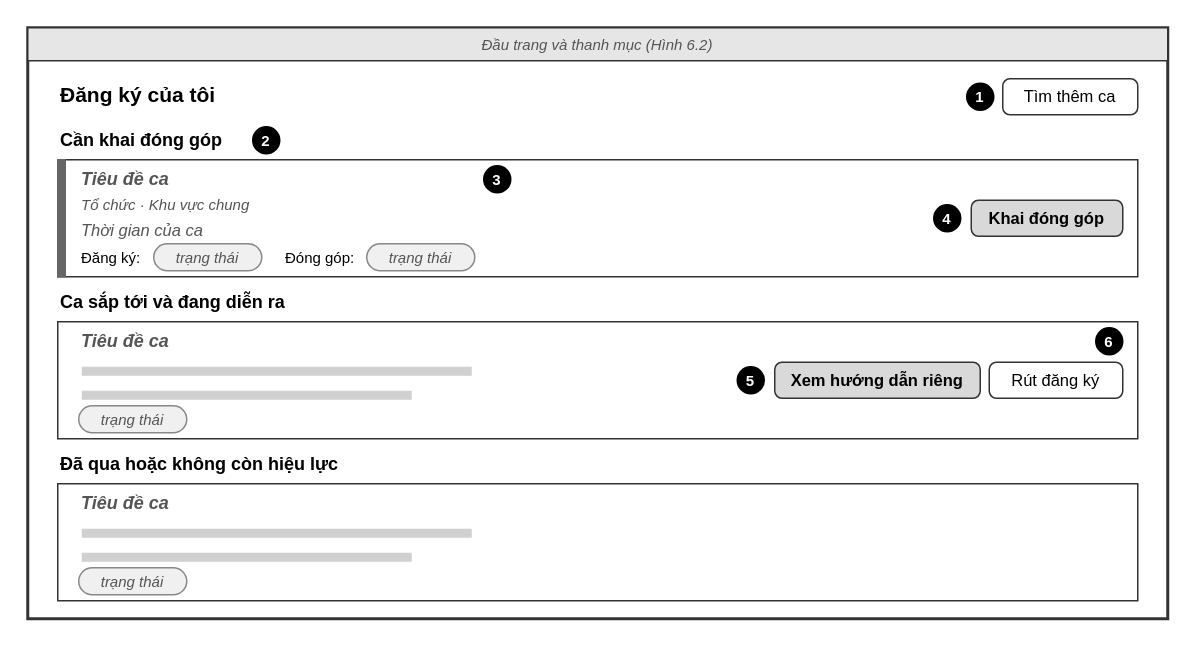
Earlier version of the draw.io diagram docs/giao_dien/drawio/M05_Dang_ky_cua_toi.drawio (kanishere55/OOSD_NenTangDieuPhoi_TNV). Source tidied: cells renumbered, new cells numbered last; positions are measured from the earlier drawing's top-left corner, leaving out a move shared by most shapes. Both pictures are drawn from the tidied source at 150%, with x=0, y=0 at pixel (27, 27).
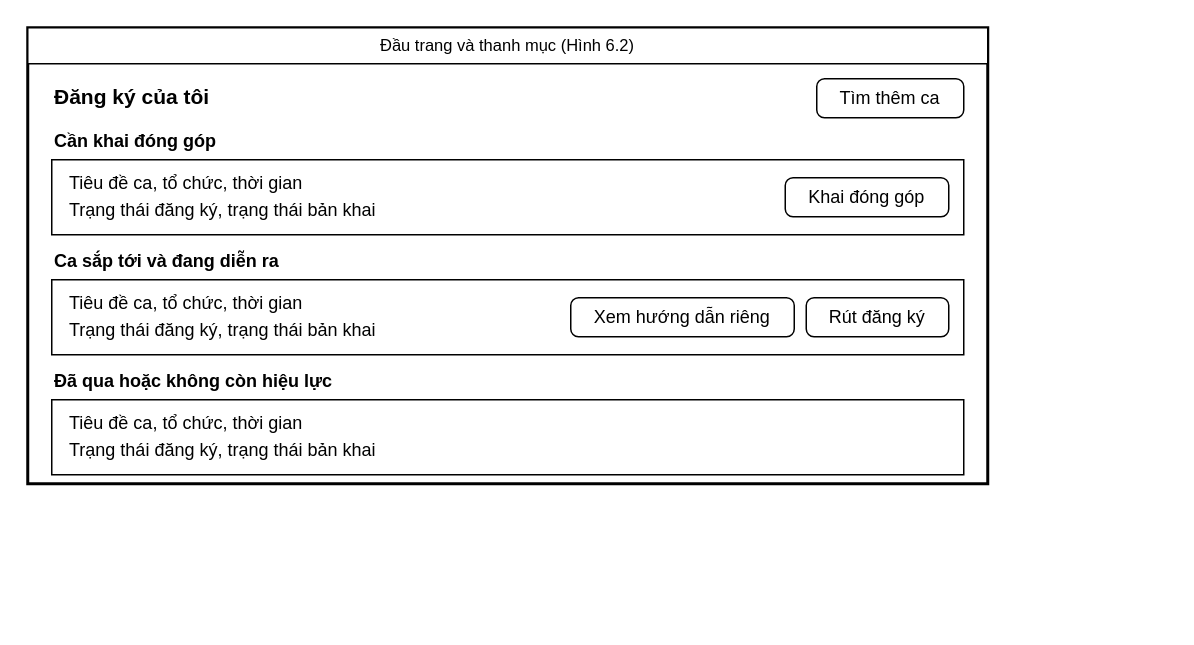
After the change.

The edit, as a diff of the source:
```diff
@@
-    <mxCell id="2" style="rounded=0;whiteSpace=wrap;html=1;fillColor=#ffffff;strokeColor=#333333;strokeWidth=2;" parent="1" vertex="1">
-      <mxGeometry width="760" height="394" as="geometry" />
+    <mxCell id="2" style="rounded=0;whiteSpace=wrap;html=1;fillColor=#ffffff;strokeColor=#000000;strokeWidth=2;" parent="1" vertex="1">
+      <mxGeometry width="640" height="304" as="geometry" />
     </mxCell>
-    <mxCell id="3" value="Đầu trang và thanh mục (Hình 6.2)" style="rounded=0;whiteSpace=wrap;html=1;fillColor=#e6e6e6;strokeColor=#333333;fontSize=10;fontStyle=2;fontColor=#555555;" parent="1" vertex="1">
-      <mxGeometry width="760" height="22" as="geometry" />
+    <mxCell id="3" value="Đầu trang và thanh mục (Hình 6.2)" style="rounded=0;whiteSpace=wrap;html=1;fillColor=#ffffff;strokeColor=#000000;fontColor=#000000;fontSize=11;align=center;" parent="1" vertex="1">
+      <mxGeometry width="640" height="24" as="geometry" />
     </mxCell>
-    <mxCell id="4" value="Đăng ký của tôi" style="text;html=1;strokeColor=none;fillColor=none;align=left;verticalAlign=middle;whiteSpace=wrap;rounded=0;fontSize=14;fontStyle=1;fontColor=#000000;" parent="1" vertex="1">
-      <mxGeometry x="20" y="34" width="400" height="22" as="geometry" />
+    <mxCell id="4" value="Đăng ký của tôi" style="text;html=1;strokeColor=none;fillColor=none;whiteSpace=wrap;verticalAlign=middle;fontColor=#000000;align=left;fontSize=14;fontStyle=1;" parent="1" vertex="1">
+      <mxGeometry x="16" y="34" width="300" height="24" as="geometry" />
     </mxCell>
-    <mxCell id="5" value="Tìm thêm ca" style="rounded=1;arcSize=20;whiteSpace=wrap;html=1;fontSize=11;strokeColor=#333333;fillColor=#ffffff;" parent="1" vertex="1">
-      <mxGeometry x="650" y="34" width="90" height="24" as="geometry" />
+    <mxCell id="5" value="Tìm thêm ca" style="rounded=1;arcSize=20;whiteSpace=wrap;html=1;fillColor=#ffffff;strokeColor=#000000;fontColor=#000000;fontSize=12;" parent="1" vertex="1">
+      <mxGeometry x="526" y="34" width="98" height="26" as="geometry" />
     </mxCell>
-    <mxCell id="6" value="1" style="ellipse;whiteSpace=wrap;html=1;fillColor=#000000;strokeColor=#000000;fontColor=#ffffff;fontSize=10;fontStyle=1;" parent="1" vertex="1">
-      <mxGeometry x="626" y="37" width="18" height="18" as="geometry" />
+    <mxCell id="6" value="Cần khai đóng góp" style="text;html=1;strokeColor=none;fillColor=none;whiteSpace=wrap;verticalAlign=middle;fontColor=#000000;align=left;fontSize=12;fontStyle=1;" parent="1" vertex="1">
+      <mxGeometry x="16" y="66" width="400" height="20" as="geometry" />
     </mxCell>
-    <mxCell id="7" value="Cần khai đóng góp" style="text;html=1;strokeColor=none;fillColor=none;align=left;verticalAlign=middle;whiteSpace=wrap;rounded=0;fontSize=12;fontStyle=1;fontColor=#000000;" parent="1" vertex="1">
-      <mxGeometry x="20" y="66" width="500" height="18" as="geometry" />
+    <mxCell id="7" style="rounded=0;whiteSpace=wrap;html=1;fillColor=#ffffff;strokeColor=#000000;fontColor=#000000;fontSize=12;align=center;" parent="1" vertex="1">
+      <mxGeometry x="16" y="88" width="608" height="50" as="geometry" />
     </mxCell>
-    <mxCell id="8" value="2" style="ellipse;whiteSpace=wrap;html=1;fillColor=#000000;strokeColor=#000000;fontColor=#ffffff;fontSize=10;fontStyle=1;" parent="1" vertex="1">
-      <mxGeometry x="150" y="66" width="18" height="18" as="geometry" />
+    <mxCell id="8" value="Tiêu đề ca, tổ chức, thời gian" style="text;html=1;strokeColor=none;fillColor=none;whiteSpace=wrap;verticalAlign=middle;fontColor=#000000;align=left;fontSize=12;fontStyle=0;" parent="1" vertex="1">
+      <mxGeometry x="26" y="95" width="588" height="18" as="geometry" />
     </mxCell>
-    <mxCell id="9" style="rounded=0;arcSize=8;whiteSpace=wrap;html=1;fillColor=#ffffff;strokeColor=#333333;" parent="1" vertex="1">
-      <mxGeometry x="20" y="88" width="720" height="78" as="geometry" />
+    <mxCell id="9" value="Trạng thái đăng ký, trạng thái bản khai" style="text;html=1;strokeColor=none;fillColor=none;whiteSpace=wrap;verticalAlign=middle;fontColor=#000000;align=left;fontSize=12;fontStyle=0;" parent="1" vertex="1">
+      <mxGeometry x="26" y="113" width="588" height="18" as="geometry" />
     </mxCell>
-    <mxCell id="10" style="rounded=0;arcSize=8;whiteSpace=wrap;html=1;fillColor=#666666;strokeColor=#666666;" parent="1" vertex="1">
-      <mxGeometry x="20" y="88" width="5" height="78" as="geometry" />
+    <mxCell id="10" value="Khai đóng góp" style="rounded=1;arcSize=20;whiteSpace=wrap;html=1;fillColor=#ffffff;strokeColor=#000000;fontColor=#000000;fontSize=12;" parent="1" vertex="1">
+      <mxGeometry x="505" y="100" width="109" height="26" as="geometry" />
     </mxCell>
-    <mxCell id="11" value="Tiêu đề ca" style="text;html=1;strokeColor=none;fillColor=none;align=left;verticalAlign=middle;whiteSpace=wrap;rounded=0;fontSize=12;fontStyle=3;fontColor=#555555;" parent="1" vertex="1">
-      <mxGeometry x="34" y="92" width="300" height="18" as="geometry" />
+    <mxCell id="11" value="Ca sắp tới và đang diễn ra" style="text;html=1;strokeColor=none;fillColor=none;whiteSpace=wrap;verticalAlign=middle;fontColor=#000000;align=left;fontSize=12;fontStyle=1;" parent="1" vertex="1">
+      <mxGeometry x="16" y="146" width="400" height="20" as="geometry" />
     </mxCell>
-    <mxCell id="12" value="Tổ chức · Khu vực chung" style="text;html=1;strokeColor=none;fillColor=none;align=left;verticalAlign=middle;whiteSpace=wrap;rounded=0;fontSize=10;fontStyle=2;fontColor=#555555;" parent="1" vertex="1">
-      <mxGeometry x="34" y="110" width="300" height="16" as="geometry" />
+    <mxCell id="12" style="rounded=0;whiteSpace=wrap;html=1;fillColor=#ffffff;strokeColor=#000000;fontColor=#000000;fontSize=12;align=center;" parent="1" vertex="1">
+      <mxGeometry x="16" y="168" width="608" height="50" as="geometry" />
     </mxCell>
-    <mxCell id="13" value="Thời gian của ca" style="text;html=1;strokeColor=none;fillColor=none;align=left;verticalAlign=middle;whiteSpace=wrap;rounded=0;fontSize=11;fontStyle=2;fontColor=#555555;" parent="1" vertex="1">
-      <mxGeometry x="34" y="126" width="300" height="18" as="geometry" />
+    <mxCell id="13" value="Tiêu đề ca, tổ chức, thời gian" style="text;html=1;strokeColor=none;fillColor=none;whiteSpace=wrap;verticalAlign=middle;fontColor=#000000;align=left;fontSize=12;fontStyle=0;" parent="1" vertex="1">
+      <mxGeometry x="26" y="175" width="588" height="18" as="geometry" />
     </mxCell>
-    <mxCell id="14" value="Đăng ký:" style="text;html=1;strokeColor=none;fillColor=none;align=left;verticalAlign=middle;whiteSpace=wrap;rounded=0;fontSize=10;fontStyle=0;fontColor=#000000;" parent="1" vertex="1">
-      <mxGeometry x="34" y="144" width="54" height="18" as="geometry" />
+    <mxCell id="14" value="Trạng thái đăng ký, trạng thái bản khai" style="text;html=1;strokeColor=none;fillColor=none;whiteSpace=wrap;verticalAlign=middle;fontColor=#000000;align=left;fontSize=12;fontStyle=0;" parent="1" vertex="1">
+      <mxGeometry x="26" y="193" width="588" height="18" as="geometry" />
     </mxCell>
-    <mxCell id="15" value="trạng thái" style="rounded=1;arcSize=50;whiteSpace=wrap;html=1;fontSize=10;fontStyle=2;fontColor=#555555;fillColor=#f0f0f0;strokeColor=#888888;" parent="1" vertex="1">
-      <mxGeometry x="84" y="144" width="72" height="18" as="geometry" />
+    <mxCell id="15" value="Rút đăng ký" style="rounded=1;arcSize=20;whiteSpace=wrap;html=1;fillColor=#ffffff;strokeColor=#000000;fontColor=#000000;fontSize=12;" parent="1" vertex="1">
+      <mxGeometry x="519" y="180" width="95" height="26" as="geometry" />
     </mxCell>
-    <mxCell id="16" value="Đóng góp:" style="text;html=1;strokeColor=none;fillColor=none;align=left;verticalAlign=middle;whiteSpace=wrap;rounded=0;fontSize=10;fontStyle=0;fontColor=#000000;" parent="1" vertex="1">
-      <mxGeometry x="170" y="144" width="60" height="18" as="geometry" />
+    <mxCell id="16" value="Xem hướng dẫn riêng" style="rounded=1;arcSize=20;whiteSpace=wrap;html=1;fillColor=#ffffff;strokeColor=#000000;fontColor=#000000;fontSize=12;" parent="1" vertex="1">
+      <mxGeometry x="362" y="180" width="149" height="26" as="geometry" />
     </mxCell>
-    <mxCell id="17" value="trạng thái" style="rounded=1;arcSize=50;whiteSpace=wrap;html=1;fontSize=10;fontStyle=2;fontColor=#555555;fillColor=#f0f0f0;strokeColor=#888888;" parent="1" vertex="1">
-      <mxGeometry x="226" y="144" width="72" height="18" as="geometry" />
+    <mxCell id="17" value="Đã qua hoặc không còn hiệu lực" style="text;html=1;strokeColor=none;fillColor=none;whiteSpace=wrap;verticalAlign=middle;fontColor=#000000;align=left;fontSize=12;fontStyle=1;" parent="1" vertex="1">
+      <mxGeometry x="16" y="226" width="400" height="20" as="geometry" />
     </mxCell>
-    <mxCell id="18" value="Khai đóng góp" style="rounded=1;arcSize=20;whiteSpace=wrap;html=1;fontSize=11;strokeColor=#333333;fillColor=#d9d9d9;fontStyle=1;" parent="1" vertex="1">
-      <mxGeometry x="629" y="115" width="101" height="24" as="geometry" />
+    <mxCell id="18" style="rounded=0;whiteSpace=wrap;html=1;fillColor=#ffffff;strokeColor=#000000;fontColor=#000000;fontSize=12;align=center;" parent="1" vertex="1">
+      <mxGeometry x="16" y="248" width="608" height="50" as="geometry" />
     </mxCell>
-    <mxCell id="19" value="3" style="ellipse;whiteSpace=wrap;html=1;fillColor=#000000;strokeColor=#000000;fontColor=#ffffff;fontSize=10;fontStyle=1;" parent="1" vertex="1">
-      <mxGeometry x="304" y="92" width="18" height="18" as="geometry" />
+    <mxCell id="19" value="Tiêu đề ca, tổ chức, thời gian" style="text;html=1;strokeColor=none;fillColor=none;whiteSpace=wrap;verticalAlign=middle;fontColor=#000000;align=left;fontSize=12;fontStyle=0;" parent="1" vertex="1">
+      <mxGeometry x="26" y="255" width="588" height="18" as="geometry" />
     </mxCell>
-    <mxCell id="20" value="4" style="ellipse;whiteSpace=wrap;html=1;fillColor=#000000;strokeColor=#000000;fontColor=#ffffff;fontSize=10;fontStyle=1;" parent="1" vertex="1">
-      <mxGeometry x="604" y="118" width="18" height="18" as="geometry" />
+    <mxCell id="20" value="Trạng thái đăng ký, trạng thái bản khai" style="text;html=1;strokeColor=none;fillColor=none;whiteSpace=wrap;verticalAlign=middle;fontColor=#000000;align=left;fontSize=12;fontStyle=0;" parent="1" vertex="1">
+      <mxGeometry x="26" y="273" width="588" height="18" as="geometry" />
     </mxCell>
-    <mxCell id="21" value="Ca sắp tới và đang diễn ra" style="text;html=1;strokeColor=none;fillColor=none;align=left;verticalAlign=middle;whiteSpace=wrap;rounded=0;fontSize=12;fontStyle=1;fontColor=#000000;" parent="1" vertex="1">
-      <mxGeometry x="20" y="174" width="500" height="18" as="geometry" />
-    </mxCell>
-    <mxCell id="22" style="rounded=0;arcSize=8;whiteSpace=wrap;html=1;fillColor=#ffffff;strokeColor=#333333;" parent="1" vertex="1">
-      <mxGeometry x="20" y="196" width="720" height="78" as="geometry" />
-    </mxCell>
-    <mxCell id="23" value="Tiêu đề ca" style="text;html=1;strokeColor=none;fillColor=none;align=left;verticalAlign=middle;whiteSpace=wrap;rounded=0;fontSize=12;fontStyle=3;fontColor=#555555;" parent="1" vertex="1">
-      <mxGeometry x="34" y="200" width="300" height="18" as="geometry" />
-    </mxCell>
-    <mxCell id="24" style="rounded=0;whiteSpace=wrap;html=1;fillColor=#d0d0d0;strokeColor=none;" parent="1" vertex="1">
-      <mxGeometry x="36" y="226" width="260" height="6" as="geometry" />
-    </mxCell>
-    <mxCell id="25" style="rounded=0;whiteSpace=wrap;html=1;fillColor=#d0d0d0;strokeColor=none;" parent="1" vertex="1">
-      <mxGeometry x="36" y="242" width="220" height="6" as="geometry" />
-    </mxCell>
-    <mxCell id="26" value="trạng thái" style="rounded=1;arcSize=50;whiteSpace=wrap;html=1;fontSize=10;fontStyle=2;fontColor=#555555;fillColor=#f0f0f0;strokeColor=#888888;" parent="1" vertex="1">
-      <mxGeometry x="34" y="252" width="72" height="18" as="geometry" />
-    </mxCell>
-    <mxCell id="27" value="Rút đăng ký" style="rounded=1;arcSize=20;whiteSpace=wrap;html=1;fontSize=11;strokeColor=#333333;fillColor=#ffffff;" parent="1" vertex="1">
-      <mxGeometry x="641" y="223" width="89" height="24" as="geometry" />
-    </mxCell>
-    <mxCell id="28" value="Xem hướng dẫn riêng" style="rounded=1;arcSize=20;whiteSpace=wrap;html=1;fontSize=11;strokeColor=#333333;fillColor=#d9d9d9;fontStyle=1;" parent="1" vertex="1">
-      <mxGeometry x="498" y="223" width="137" height="24" as="geometry" />
-    </mxCell>
-    <mxCell id="29" value="5" style="ellipse;whiteSpace=wrap;html=1;fillColor=#000000;strokeColor=#000000;fontColor=#ffffff;fontSize=10;fontStyle=1;" parent="1" vertex="1">
-      <mxGeometry x="473" y="226" width="18" height="18" as="geometry" />
-    </mxCell>
-    <mxCell id="30" value="6" style="ellipse;whiteSpace=wrap;html=1;fillColor=#000000;strokeColor=#000000;fontColor=#ffffff;fontSize=10;fontStyle=1;" parent="1" vertex="1">
-      <mxGeometry x="712" y="200" width="18" height="18" as="geometry" />
-    </mxCell>
-    <mxCell id="31" value="Đã qua hoặc không còn hiệu lực" style="text;html=1;strokeColor=none;fillColor=none;align=left;verticalAlign=middle;whiteSpace=wrap;rounded=0;fontSize=12;fontStyle=1;fontColor=#000000;" parent="1" vertex="1">
-      <mxGeometry x="20" y="282" width="500" height="18" as="geometry" />
-    </mxCell>
-    <mxCell id="32" style="rounded=0;arcSize=8;whiteSpace=wrap;html=1;fillColor=#ffffff;strokeColor=#333333;" parent="1" vertex="1">
-      <mxGeometry x="20" y="304" width="720" height="78" as="geometry" />
-    </mxCell>
-    <mxCell id="33" value="Tiêu đề ca" style="text;html=1;strokeColor=none;fillColor=none;align=left;verticalAlign=middle;whiteSpace=wrap;rounded=0;fontSize=12;fontStyle=3;fontColor=#555555;" parent="1" vertex="1">
-      <mxGeometry x="34" y="308" width="300" height="18" as="geometry" />
-    </mxCell>
-    <mxCell id="34" style="rounded=0;whiteSpace=wrap;html=1;fillColor=#d0d0d0;strokeColor=none;" parent="1" vertex="1">
-      <mxGeometry x="36" y="334" width="260" height="6" as="geometry" />
-    </mxCell>
-    <mxCell id="35" style="rounded=0;whiteSpace=wrap;html=1;fillColor=#d0d0d0;strokeColor=none;" parent="1" vertex="1">
-      <mxGeometry x="36" y="350" width="220" height="6" as="geometry" />
-    </mxCell>
-    <mxCell id="36" value="trạng thái" style="rounded=1;arcSize=50;whiteSpace=wrap;html=1;fontSize=10;fontStyle=2;fontColor=#555555;fillColor=#f0f0f0;strokeColor=#888888;" parent="1" vertex="1">
-      <mxGeometry x="34" y="360" width="72" height="18" as="geometry" />
-    </mxCell>
```
